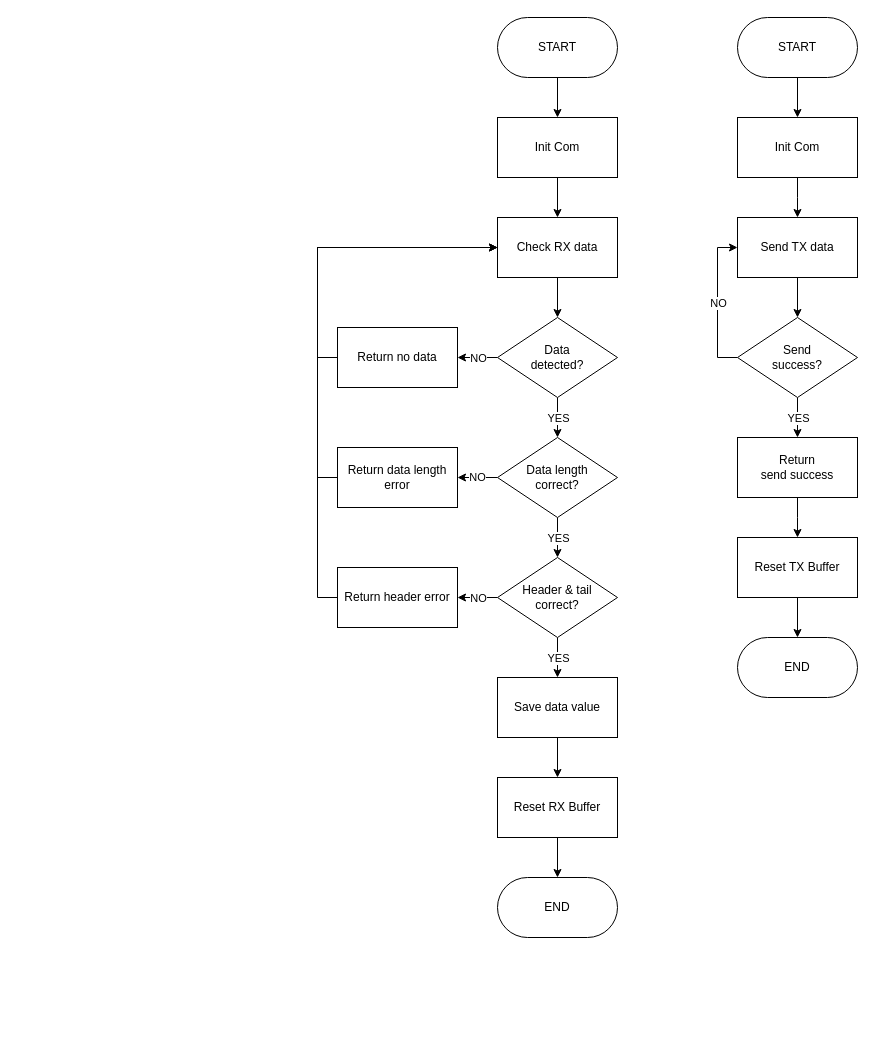
Above: page "RS-232 Receive" (2 of 6) of Breakdown/Algorithm Flowchart.drawio in AlfonsusGiovanni/Welding-Arm-Manipulator (draw.io), before the change. Source tidied: cells renumbered, new cells numbered last; positions are measured from the earlier drawing's top-left corner, leaving out a move shared by most shapes. Both pictures are drawn from the tidied source at 100%, with x=0, y=0 at pixel (337, 17).
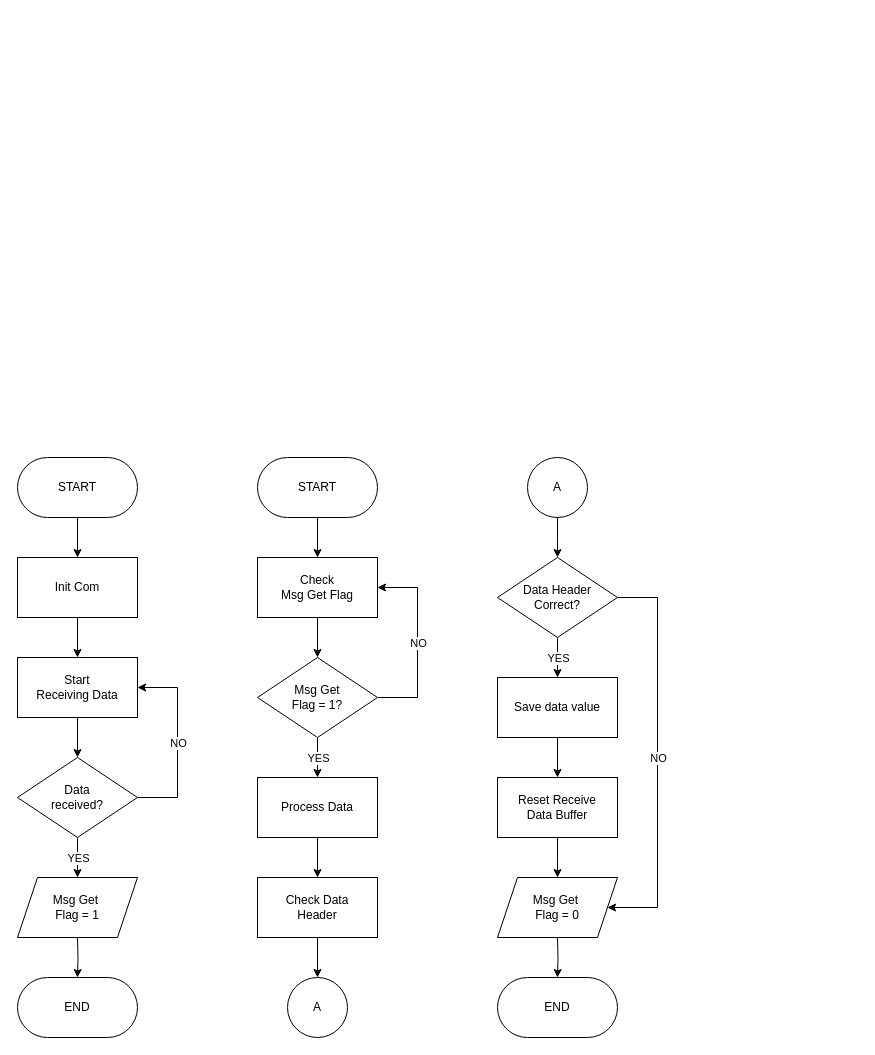
The same page after the edit.

Unchanged cells that the change refers to:
```xml
<mxCell id="24" value="Save data value" style="rounded=0;whiteSpace=wrap;html=1;" parent="1" vertex="1">
  <mxGeometry x="160" y="660" width="120" height="60" as="geometry" />
</mxCell>
```

Change to the diagram source:
```diff
@@
-    <mxCell id="2" style="edgeStyle=orthogonalEdgeStyle;rounded=0;jettySize=auto;html=1;" parent="1" edge="1" source="3" target="7">
-      <mxGeometry relative="1" as="geometry" />
-    </mxCell>
-    <mxCell id="3" value="Init Com" style="rounded=0;whiteSpace=wrap;html=1;" parent="1" vertex="1">
-      <mxGeometry x="160" y="100" width="120" height="60" as="geometry" />
-    </mxCell>
-    <mxCell id="4" style="edgeStyle=orthogonalEdgeStyle;rounded=0;jettySize=auto;html=1;" parent="1" edge="1" source="5" target="3">
-      <mxGeometry relative="1" as="geometry" />
-    </mxCell>
-    <mxCell id="5" value="START" style="rounded=1;whiteSpace=wrap;html=1;arcSize=50;" parent="1" vertex="1">
-      <mxGeometry x="160" width="120" height="60" as="geometry" />
-    </mxCell>
-    <mxCell id="6" style="edgeStyle=orthogonalEdgeStyle;rounded=0;jettySize=auto;html=1;" parent="1" edge="1" source="7" target="12">
-      <mxGeometry relative="1" as="geometry" />
-    </mxCell>
-    <mxCell id="7" value="Check RX data" style="rounded=0;whiteSpace=wrap;html=1;" parent="1" vertex="1">
-      <mxGeometry x="160" y="200" width="120" height="60" as="geometry" />
-    </mxCell>
-    <mxCell id="8" style="edgeStyle=orthogonalEdgeStyle;rounded=0;jettySize=auto;html=1;" parent="1" edge="1" source="12" target="17">
-      <mxGeometry relative="1" as="geometry" />
-    </mxCell>
-    <mxCell id="9" value="YES" style="edgeLabel;html=1;align=center;verticalAlign=middle;" parent="8" vertex="1">
-      <mxGeometry relative="1" as="geometry" />
-    </mxCell>
-    <mxCell id="10" style="edgeStyle=orthogonalEdgeStyle;rounded=0;jettySize=auto;html=1;" parent="1" edge="1" source="12" target="26">
-      <mxGeometry relative="1" as="geometry" />
-    </mxCell>
-    <mxCell id="11" value="NO" style="edgeLabel;html=1;align=center;verticalAlign=middle;" parent="10" vertex="1">
-      <mxGeometry relative="1" as="geometry" />
-    </mxCell>
-    <mxCell id="12" value="Data&lt;div&gt;detected?&lt;/div&gt;" style="rhombus;whiteSpace=wrap;html=1;" parent="1" vertex="1">
-      <mxGeometry x="160" y="300" width="120" height="80" as="geometry" />
-    </mxCell>
-    <mxCell id="13" style="edgeStyle=orthogonalEdgeStyle;rounded=0;jettySize=auto;html=1;" parent="1" edge="1" source="17" target="22">
-      <mxGeometry relative="1" as="geometry" />
-    </mxCell>
-    <mxCell id="14" value="YES" style="edgeLabel;html=1;align=center;verticalAlign=middle;" parent="13" vertex="1">
-      <mxGeometry relative="1" as="geometry" />
-    </mxCell>
-    <mxCell id="15" style="edgeStyle=orthogonalEdgeStyle;rounded=0;jettySize=auto;html=1;" parent="1" edge="1" source="17" target="28">
-      <mxGeometry relative="1" as="geometry" />
-    </mxCell>
-    <mxCell id="16" value="NO" style="edgeLabel;html=1;align=center;verticalAlign=middle;" parent="15" vertex="1">
-      <mxGeometry x="0.06" y="-1" relative="1" as="geometry" />
-    </mxCell>
-    <mxCell id="17" value="Data length&lt;div&gt;correct?&lt;/div&gt;" style="rhombus;whiteSpace=wrap;html=1;" parent="1" vertex="1">
-      <mxGeometry x="160" y="420" width="120" height="80" as="geometry" />
-    </mxCell>
-    <mxCell id="18" style="edgeStyle=orthogonalEdgeStyle;rounded=0;jettySize=auto;html=1;" parent="1" edge="1" source="22" target="24">
-      <mxGeometry relative="1" as="geometry" />
-    </mxCell>
-    <mxCell id="19" value="YES" style="edgeLabel;html=1;align=center;verticalAlign=middle;" parent="18" vertex="1">
-      <mxGeometry relative="1" as="geometry" />
-    </mxCell>
-    <mxCell id="20" style="edgeStyle=orthogonalEdgeStyle;rounded=0;jettySize=auto;html=1;" parent="1" edge="1" source="22" target="30">
-      <mxGeometry relative="1" as="geometry" />
-    </mxCell>
-    <mxCell id="21" value="NO" style="edgeLabel;html=1;align=center;verticalAlign=middle;" parent="20" vertex="1">
-      <mxGeometry relative="1" as="geometry" />
-    </mxCell>
-    <mxCell id="22" value="Header &amp;amp; tail&lt;div&gt;correct?&lt;/div&gt;" style="rhombus;whiteSpace=wrap;html=1;" parent="1" vertex="1">
-      <mxGeometry x="160" y="540" width="120" height="80" as="geometry" />
-    </mxCell>
-    <mxCell id="23" style="edgeStyle=orthogonalEdgeStyle;rounded=0;jettySize=auto;html=1;" parent="1" edge="1" source="24" target="46">
-      <mxGeometry relative="1" as="geometry" />
-    </mxCell>
+    <mxCell id="50" style="edgeStyle=orthogonalEdgeStyle;rounded=0;jettySize=auto;html=1;" parent="1" edge="1" source="51" target="53">
+      <mxGeometry relative="1" as="geometry" />
+    </mxCell>
+    <mxCell id="51" value="START" style="rounded=1;whiteSpace=wrap;html=1;arcSize=50;" parent="1" vertex="1">
+      <mxGeometry x="-320" y="440" width="120" height="60" as="geometry" />
+    </mxCell>
+    <mxCell id="52" style="edgeStyle=orthogonalEdgeStyle;rounded=0;jettySize=auto;html=1;" parent="1" edge="1" source="53" target="55">
+      <mxGeometry relative="1" as="geometry" />
+    </mxCell>
+    <mxCell id="53" value="Init Com" style="rounded=0;whiteSpace=wrap;html=1;" parent="1" vertex="1">
+      <mxGeometry x="-320" y="540" width="120" height="60" as="geometry" />
+    </mxCell>
+    <mxCell id="54" style="edgeStyle=orthogonalEdgeStyle;rounded=0;jettySize=auto;html=1;" parent="1" edge="1" source="55" target="60">
+      <mxGeometry relative="1" as="geometry" />
+    </mxCell>
+    <mxCell id="55" value="Start&lt;br&gt;Receiving Data" style="rounded=0;whiteSpace=wrap;html=1;" parent="1" vertex="1">
+      <mxGeometry x="-320" y="640" width="120" height="60" as="geometry" />
+    </mxCell>
+    <mxCell id="56" style="edgeStyle=orthogonalEdgeStyle;rounded=0;jettySize=auto;html=1;" parent="1" edge="1" source="60">
+      <mxGeometry relative="1" as="geometry">
+        <mxPoint x="-260" y="860" as="targetPoint" />
+      </mxGeometry>
+    </mxCell>
+    <mxCell id="57" value="YES" style="edgeLabel;html=1;align=center;verticalAlign=middle;" parent="56" vertex="1">
+      <mxGeometry relative="1" as="geometry" />
+    </mxCell>
+    <mxCell id="58" style="edgeStyle=orthogonalEdgeStyle;rounded=0;jettySize=auto;html=1;exitX=1;exitY=0.5;exitDx=0;exitDy=0;entryX=1;entryY=0.5;entryDx=0;entryDy=0;" parent="1" edge="1" source="60" target="55">
+      <mxGeometry relative="1" as="geometry">
+        <Array as="points">
+          <mxPoint x="-160" y="780" />
+          <mxPoint x="-160" y="670" />
+        </Array>
+      </mxGeometry>
+    </mxCell>
+    <mxCell id="59" value="NO" style="edgeLabel;html=1;align=center;verticalAlign=middle;" parent="58" vertex="1">
+      <mxGeometry relative="1" as="geometry" />
+    </mxCell>
+    <mxCell id="60" value="Data&lt;div&gt;received?&lt;/div&gt;" style="rhombus;whiteSpace=wrap;html=1;" parent="1" vertex="1">
+      <mxGeometry x="-320" y="740" width="120" height="80" as="geometry" />
+    </mxCell>
+    <mxCell id="61" style="edgeStyle=orthogonalEdgeStyle;rounded=0;jettySize=auto;html=1;" parent="1" edge="1" target="62">
+      <mxGeometry relative="1" as="geometry">
+        <mxPoint x="-260" y="920" as="sourcePoint" />
+      </mxGeometry>
+    </mxCell>
+    <mxCell id="62" value="END" style="rounded=1;whiteSpace=wrap;html=1;arcSize=50;" parent="1" vertex="1">
+      <mxGeometry x="-320" y="960" width="120" height="60" as="geometry" />
+    </mxCell>
+    <mxCell id="63" style="edgeStyle=orthogonalEdgeStyle;rounded=0;jettySize=auto;html=1;" parent="1" edge="1" source="64" target="66">
+      <mxGeometry relative="1" as="geometry" />
+    </mxCell>
+    <mxCell id="64" value="START" style="rounded=1;whiteSpace=wrap;html=1;arcSize=50;" parent="1" vertex="1">
+      <mxGeometry x="-80" y="440" width="120" height="60" as="geometry" />
+    </mxCell>
+    <mxCell id="65" style="edgeStyle=orthogonalEdgeStyle;rounded=0;jettySize=auto;html=1;" parent="1" edge="1" source="66" target="71">
+      <mxGeometry relative="1" as="geometry" />
+    </mxCell>
+    <mxCell id="66" value="Check&lt;br&gt;Msg Get Flag" style="rounded=0;whiteSpace=wrap;html=1;" parent="1" vertex="1">
+      <mxGeometry x="-80" y="540" width="120" height="60" as="geometry" />
+    </mxCell>
+    <mxCell id="67" style="edgeStyle=orthogonalEdgeStyle;rounded=0;jettySize=auto;html=1;exitX=1;exitY=0.5;exitDx=0;exitDy=0;entryX=1;entryY=0.5;entryDx=0;entryDy=0;" parent="1" edge="1" source="71" target="66">
+      <mxGeometry relative="1" as="geometry">
+        <Array as="points">
+          <mxPoint x="80" y="680" />
+          <mxPoint x="80" y="570" />
+        </Array>
+      </mxGeometry>
+    </mxCell>
+    <mxCell id="68" value="NO" style="edgeLabel;html=1;align=center;verticalAlign=middle;" parent="67" vertex="1">
+      <mxGeometry relative="1" as="geometry" />
+    </mxCell>
+    <mxCell id="69" style="edgeStyle=orthogonalEdgeStyle;rounded=0;jettySize=auto;html=1;" parent="1" edge="1" source="71" target="73">
+      <mxGeometry relative="1" as="geometry" />
+    </mxCell>
+    <mxCell id="70" value="YES" style="edgeLabel;html=1;align=center;verticalAlign=middle;" parent="69" vertex="1">
+      <mxGeometry relative="1" as="geometry" />
+    </mxCell>
+    <mxCell id="71" value="Msg Get&lt;br&gt;Flag = 1?" style="rhombus;whiteSpace=wrap;html=1;" parent="1" vertex="1">
+      <mxGeometry x="-80" y="640" width="120" height="80" as="geometry" />
+    </mxCell>
+    <mxCell id="72" style="edgeStyle=orthogonalEdgeStyle;rounded=0;jettySize=auto;html=1;" parent="1" edge="1" source="73" target="75">
+      <mxGeometry relative="1" as="geometry" />
+    </mxCell>
+    <mxCell id="73" value="Process Data" style="rounded=0;whiteSpace=wrap;html=1;" parent="1" vertex="1">
+      <mxGeometry x="-80" y="760" width="120" height="60" as="geometry" />
+    </mxCell>
+    <mxCell id="74" style="edgeStyle=orthogonalEdgeStyle;rounded=0;jettySize=auto;html=1;" parent="1" edge="1" source="75" target="76">
+      <mxGeometry relative="1" as="geometry" />
+    </mxCell>
+    <mxCell id="75" value="Check Data&lt;div&gt;Header&lt;/div&gt;" style="rounded=0;whiteSpace=wrap;html=1;" parent="1" vertex="1">
+      <mxGeometry x="-80" y="860" width="120" height="60" as="geometry" />
+    </mxCell>
+    <mxCell id="76" value="A" style="ellipse;whiteSpace=wrap;html=1;" parent="1" vertex="1">
+      <mxGeometry x="-50" y="960" width="60" height="60" as="geometry" />
+    </mxCell>
+    <mxCell id="77" style="edgeStyle=orthogonalEdgeStyle;rounded=0;jettySize=auto;html=1;" parent="1" edge="1" source="78">
+      <mxGeometry relative="1" as="geometry">
+        <mxPoint x="220" y="540" as="targetPoint" />
+      </mxGeometry>
+    </mxCell>
+    <mxCell id="78" value="A" style="ellipse;whiteSpace=wrap;html=1;" parent="1" vertex="1">
+      <mxGeometry x="190" y="440" width="60" height="60" as="geometry" />
+    </mxCell>
+    <mxCell id="79" value="Msg Get&amp;nbsp;&lt;div&gt;Flag = 1&lt;/div&gt;" style="shape=parallelogram;perimeter=parallelogramPerimeter;whiteSpace=wrap;html=1;fixedSize=1;" parent="1" vertex="1">
+      <mxGeometry x="-320" y="860" width="120" height="60" as="geometry" />
+    </mxCell>
+    <mxCell id="80" style="edgeStyle=orthogonalEdgeStyle;rounded=0;jettySize=auto;html=1;" parent="1" edge="1" source="84" target="24">
+      <mxGeometry relative="1" as="geometry" />
+    </mxCell>
+    <mxCell id="81" value="YES" style="edgeLabel;html=1;align=center;verticalAlign=middle;" parent="80" vertex="1">
+      <mxGeometry relative="1" as="geometry" />
+    </mxCell>
+    <mxCell id="82" style="edgeStyle=orthogonalEdgeStyle;rounded=0;jettySize=auto;html=1;exitX=1;exitY=0.5;exitDx=0;exitDy=0;entryX=1;entryY=0.5;entryDx=0;entryDy=0;" parent="1" edge="1" source="84" target="90">
+      <mxGeometry relative="1" as="geometry">
+        <Array as="points">
+          <mxPoint x="320" y="580" />
+          <mxPoint x="320" y="890" />
+        </Array>
+      </mxGeometry>
+    </mxCell>
+    <mxCell id="83" value="NO" style="edgeLabel;html=1;align=center;verticalAlign=middle;" parent="82" vertex="1">
+      <mxGeometry relative="1" as="geometry" />
+    </mxCell>
+    <mxCell id="84" value="Data Header&lt;br&gt;Correct?" style="rhombus;whiteSpace=wrap;html=1;" parent="1" vertex="1">
+      <mxGeometry x="160" y="540" width="120" height="80" as="geometry" />
+    </mxCell>
+    <mxCell id="85" style="edgeStyle=orthogonalEdgeStyle;rounded=0;jettySize=auto;html=1;" parent="1" edge="1" target="86">
+      <mxGeometry relative="1" as="geometry">
+        <mxPoint x="220" y="920" as="sourcePoint" />
+      </mxGeometry>
+    </mxCell>
+    <mxCell id="86" value="END" style="rounded=1;whiteSpace=wrap;html=1;arcSize=50;" parent="1" vertex="1">
+      <mxGeometry x="160" y="960" width="120" height="60" as="geometry" />
+    </mxCell>
+    <mxCell id="87" style="edgeStyle=orthogonalEdgeStyle;rounded=0;jettySize=auto;html=1;" parent="1" edge="1" source="24" target="89">
+      <mxGeometry relative="1" as="geometry" />
+    </mxCell>
@@
-    <mxCell id="25" style="edgeStyle=orthogonalEdgeStyle;rounded=0;jettySize=auto;html=1;exitX=0;exitY=0.5;exitDx=0;exitDy=0;entryX=0;entryY=0.5;entryDx=0;entryDy=0;" parent="1" edge="1" source="26" target="7">
-      <mxGeometry relative="1" as="geometry" />
-    </mxCell>
-    <mxCell id="26" value="Return no data" style="rounded=0;whiteSpace=wrap;html=1;" parent="1" vertex="1">
-      <mxGeometry y="310" width="120" height="60" as="geometry" />
-    </mxCell>
-    <mxCell id="27" style="edgeStyle=orthogonalEdgeStyle;rounded=0;jettySize=auto;html=1;exitX=0;exitY=0.5;exitDx=0;exitDy=0;entryX=0;entryY=0.5;entryDx=0;entryDy=0;" parent="1" edge="1" source="28" target="7">
-      <mxGeometry relative="1" as="geometry" />
-    </mxCell>
-    <mxCell id="28" value="Return data length error" style="rounded=0;whiteSpace=wrap;html=1;" parent="1" vertex="1">
-      <mxGeometry y="430" width="120" height="60" as="geometry" />
-    </mxCell>
-    <mxCell id="29" style="edgeStyle=orthogonalEdgeStyle;rounded=0;jettySize=auto;html=1;exitX=0;exitY=0.5;exitDx=0;exitDy=0;entryX=0;entryY=0.5;entryDx=0;entryDy=0;" parent="1" edge="1" source="30" target="7">
-      <mxGeometry relative="1" as="geometry" />
-    </mxCell>
-    <mxCell id="30" value="Return header error" style="rounded=0;whiteSpace=wrap;html=1;" parent="1" vertex="1">
-      <mxGeometry y="550" width="120" height="60" as="geometry" />
-    </mxCell>
-    <mxCell id="31" style="edgeStyle=orthogonalEdgeStyle;rounded=0;jettySize=auto;html=1;" parent="1" edge="1" source="32">
-      <mxGeometry relative="1" as="geometry">
-        <mxPoint x="460" y="200" as="targetPoint" />
-      </mxGeometry>
-    </mxCell>
-    <mxCell id="32" value="Init Com" style="rounded=0;whiteSpace=wrap;html=1;" parent="1" vertex="1">
-      <mxGeometry x="400" y="100" width="120" height="60" as="geometry" />
-    </mxCell>
-    <mxCell id="33" style="edgeStyle=orthogonalEdgeStyle;rounded=0;jettySize=auto;html=1;" parent="1" edge="1" source="34" target="32">
-      <mxGeometry relative="1" as="geometry" />
-    </mxCell>
-    <mxCell id="34" value="START" style="rounded=1;whiteSpace=wrap;html=1;arcSize=50;" parent="1" vertex="1">
-      <mxGeometry x="400" width="120" height="60" as="geometry" />
-    </mxCell>
-    <mxCell id="35" style="edgeStyle=orthogonalEdgeStyle;rounded=0;jettySize=auto;html=1;" parent="1" edge="1" source="36" target="41">
-      <mxGeometry relative="1" as="geometry" />
-    </mxCell>
-    <mxCell id="36" value="Send TX data" style="rounded=0;whiteSpace=wrap;html=1;" parent="1" vertex="1">
-      <mxGeometry x="400" y="200" width="120" height="60" as="geometry" />
-    </mxCell>
-    <mxCell id="37" style="edgeStyle=orthogonalEdgeStyle;rounded=0;jettySize=auto;html=1;exitX=0;exitY=0.5;exitDx=0;exitDy=0;entryX=0;entryY=0.5;entryDx=0;entryDy=0;" parent="1" edge="1" source="41" target="36">
-      <mxGeometry relative="1" as="geometry" />
-    </mxCell>
-    <mxCell id="38" value="NO" style="edgeLabel;html=1;align=center;verticalAlign=middle;" parent="37" vertex="1">
-      <mxGeometry relative="1" as="geometry" />
-    </mxCell>
-    <mxCell id="39" style="edgeStyle=orthogonalEdgeStyle;rounded=0;jettySize=auto;html=1;" parent="1" edge="1" source="41" target="43">
-      <mxGeometry relative="1" as="geometry" />
-    </mxCell>
-    <mxCell id="40" value="YES" style="edgeLabel;html=1;align=center;verticalAlign=middle;" parent="39" vertex="1">
-      <mxGeometry relative="1" as="geometry" />
-    </mxCell>
-    <mxCell id="41" value="Send&lt;div&gt;success?&lt;/div&gt;" style="rhombus;whiteSpace=wrap;html=1;" parent="1" vertex="1">
-      <mxGeometry x="400" y="300" width="120" height="80" as="geometry" />
-    </mxCell>
-    <mxCell id="42" style="edgeStyle=orthogonalEdgeStyle;rounded=0;jettySize=auto;html=1;" parent="1" edge="1" source="43">
-      <mxGeometry relative="1" as="geometry">
-        <mxPoint x="460" y="520" as="targetPoint" />
-      </mxGeometry>
-    </mxCell>
-    <mxCell id="43" value="Return&lt;div&gt;send success&lt;/div&gt;" style="rounded=0;whiteSpace=wrap;html=1;" parent="1" vertex="1">
-      <mxGeometry x="400" y="420" width="120" height="60" as="geometry" />
-    </mxCell>
-    <mxCell id="44" value="END" style="rounded=1;whiteSpace=wrap;html=1;arcSize=50;" parent="1" vertex="1">
-      <mxGeometry x="160" y="860" width="120" height="60" as="geometry" />
-    </mxCell>
-    <mxCell id="45" style="edgeStyle=orthogonalEdgeStyle;rounded=0;jettySize=auto;html=1;" parent="1" edge="1" source="46" target="44">
-      <mxGeometry relative="1" as="geometry" />
-    </mxCell>
-    <mxCell id="46" value="Reset RX Buffer" style="rounded=0;whiteSpace=wrap;html=1;" parent="1" vertex="1">
-      <mxGeometry x="160" y="760" width="120" height="60" as="geometry" />
-    </mxCell>
-    <mxCell id="47" value="END" style="rounded=1;whiteSpace=wrap;html=1;arcSize=50;" parent="1" vertex="1">
-      <mxGeometry x="400" y="620" width="120" height="60" as="geometry" />
-    </mxCell>
-    <mxCell id="48" style="edgeStyle=orthogonalEdgeStyle;rounded=0;jettySize=auto;html=1;" parent="1" edge="1" source="49" target="47">
-      <mxGeometry relative="1" as="geometry" />
-    </mxCell>
-    <mxCell id="49" value="Reset TX Buffer" style="rounded=0;whiteSpace=wrap;html=1;" parent="1" vertex="1">
-      <mxGeometry x="400" y="520" width="120" height="60" as="geometry" />
-    </mxCell>
+    <mxCell id="88" style="edgeStyle=orthogonalEdgeStyle;rounded=0;jettySize=auto;html=1;" parent="1" edge="1" source="89">
+      <mxGeometry relative="1" as="geometry">
+        <mxPoint x="220" y="860" as="targetPoint" />
+      </mxGeometry>
+    </mxCell>
+    <mxCell id="89" value="Reset Receive&lt;br&gt;Data Buffer" style="rounded=0;whiteSpace=wrap;html=1;" parent="1" vertex="1">
+      <mxGeometry x="160" y="760" width="120" height="60" as="geometry" />
+    </mxCell>
+    <mxCell id="90" value="Msg Get&amp;nbsp;&lt;div&gt;Flag = 0&lt;/div&gt;" style="shape=parallelogram;perimeter=parallelogramPerimeter;whiteSpace=wrap;html=1;fixedSize=1;" parent="1" vertex="1">
+      <mxGeometry x="160" y="860" width="120" height="60" as="geometry" />
+    </mxCell>
```
